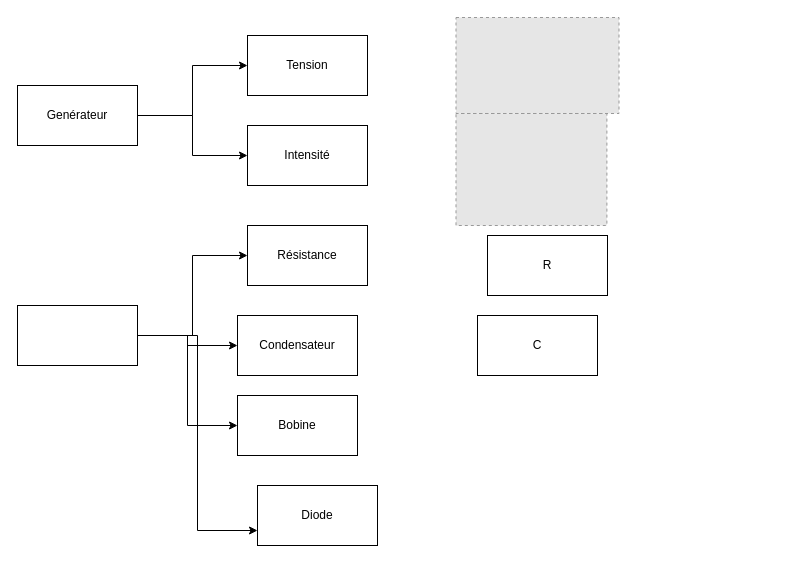
Jenniewww/Truc keeps this draw.io diagram as 未命名绘图.drawio. Above is the earlier version. Source tidied: cells renumbered, new cells numbered last; positions are measured from the earlier drawing's top-left corner, leaving out a move shared by most shapes. Both pictures are drawn from the tidied source at 100%, with x=0, y=0 at pixel (17, 17). Pictures stored in the file or linked from it are replaced by grey dashed boxes.
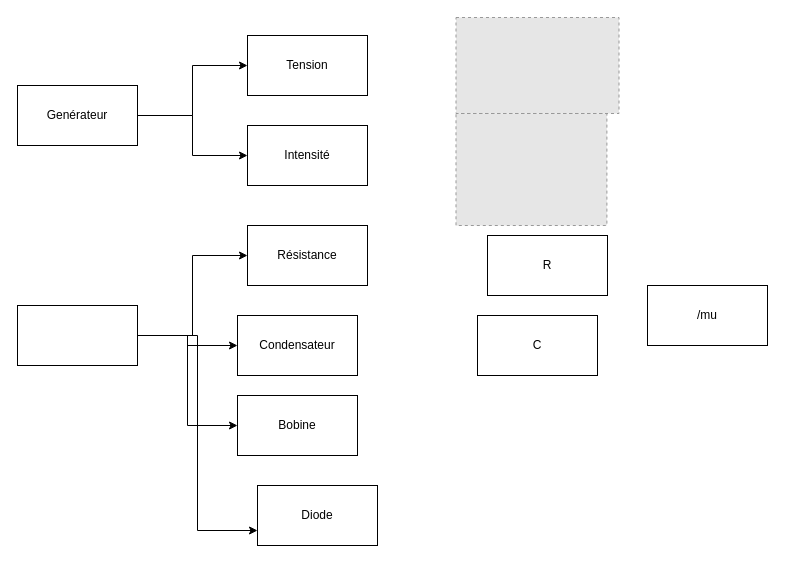
After the change.

Commit message (it also covers changes not shown here):
更新未命名绘图.drawio

Change to the diagram source:
```diff
@@
+    <mxCell id="20" value="/mu" style="whiteSpace=wrap;html=1;" parent="1" vertex="1">
+      <mxGeometry x="630" y="268" width="120" height="60" as="geometry" />
+    </mxCell>
```
